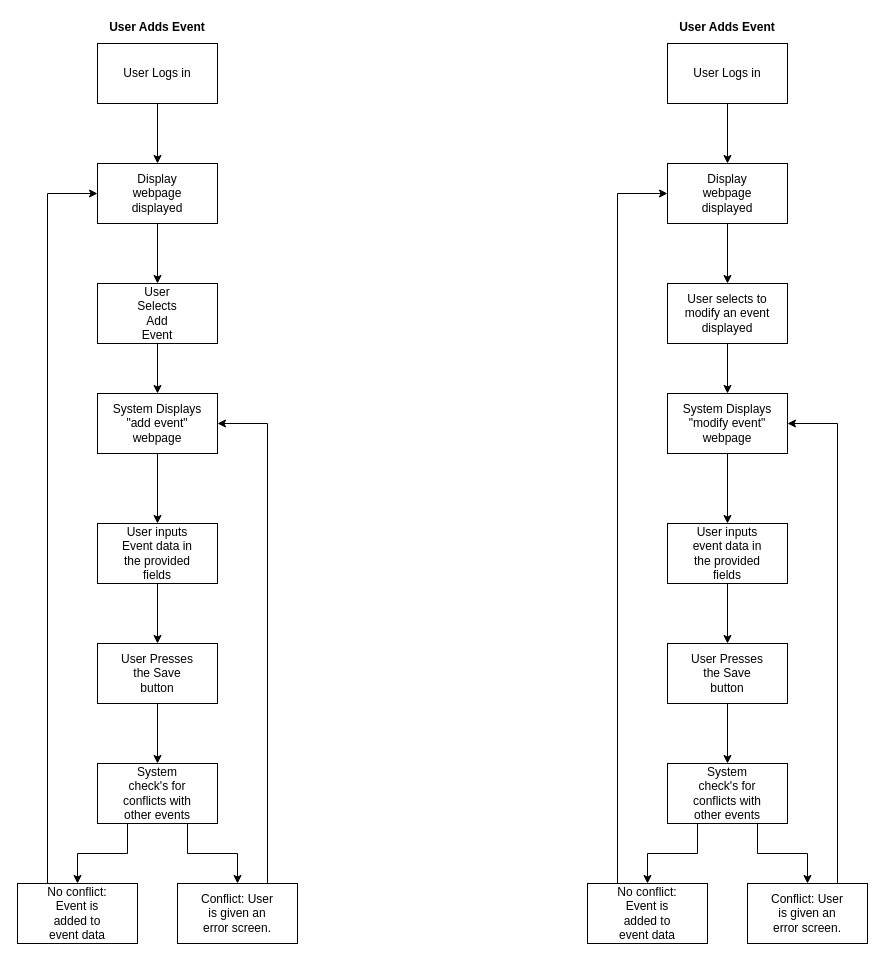
Above: add-modify-activity-diagram.drawio in benjamineavenson/CS320_Project (draw.io), before the change. Source tidied: cells renumbered, new cells numbered last; positions are measured from the earlier drawing's top-left corner, leaving out a move shared by most shapes. Both pictures are drawn from the tidied source at 100%, with x=0, y=0 at pixel (17, 17).
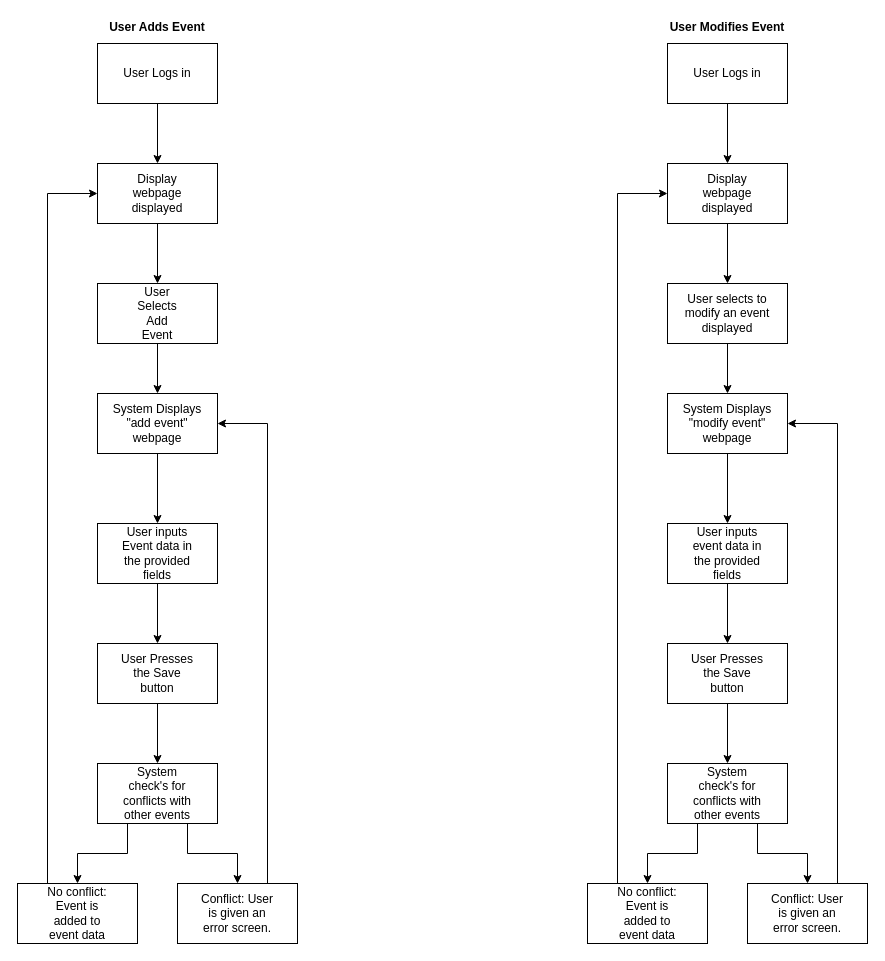
The same diagram, later.

Commit message (it also covers changes not shown here):
minor use-case diagram revisions

Diff of the diagram source:
```diff
@@
-    <mxCell id="59" value="User Adds Event" style="text;html=1;strokeColor=none;fillColor=none;align=center;verticalAlign=middle;whiteSpace=wrap;rounded=0;fontStyle=1;" parent="1" vertex="1">
+    <mxCell id="59" value="User Modifies Event" style="text;html=1;strokeColor=none;fillColor=none;align=center;verticalAlign=middle;whiteSpace=wrap;rounded=0;fontStyle=1;" parent="1" vertex="1">
       <mxGeometry x="650" width="120" height="20" as="geometry" />
     </mxCell>
```
